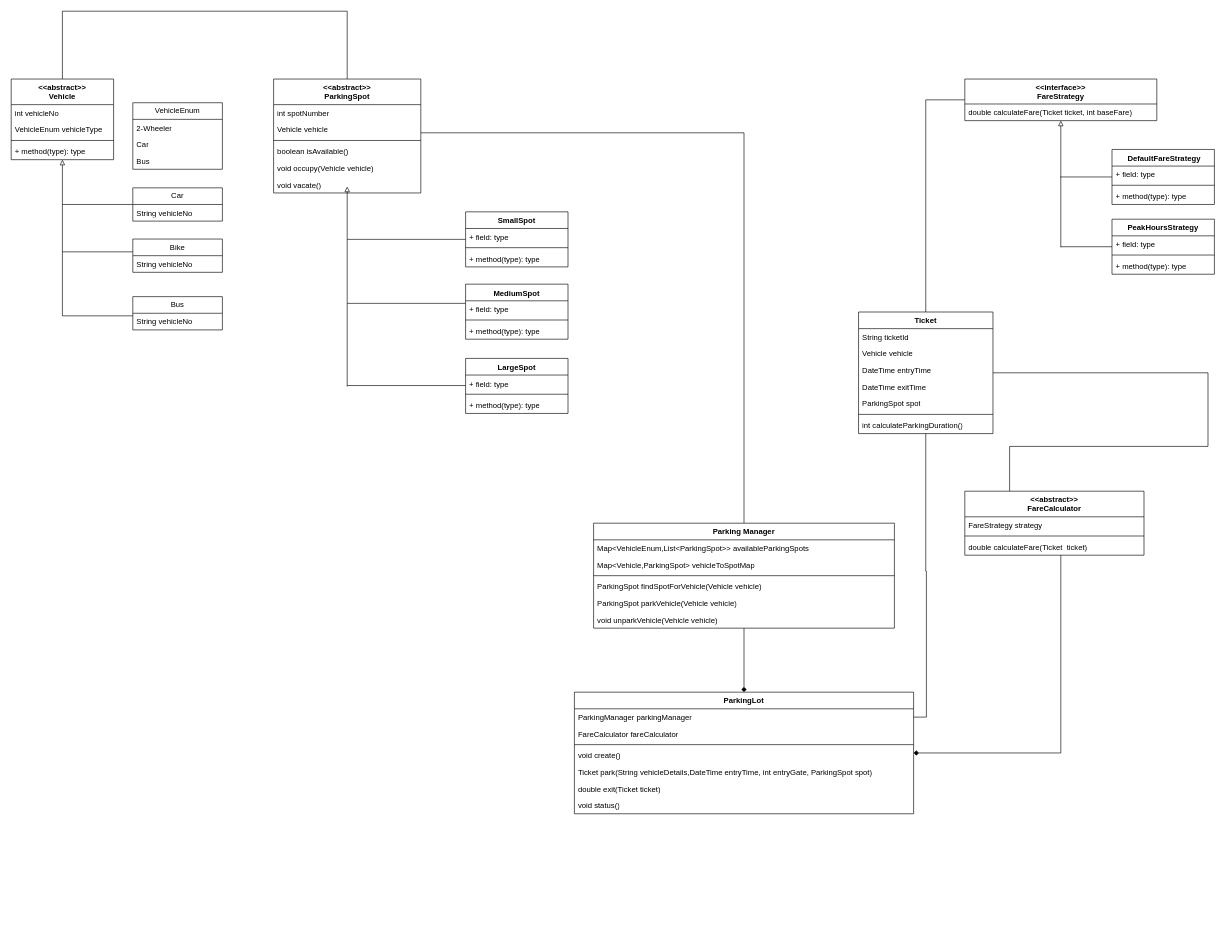
This is MultiLevelParkingLot.drawio from akshat-code21/multilevel_parking_lot, a draw.io file, before an edit. Source tidied: cells renumbered, new cells numbered last; positions are measured from the earlier drawing's top-left corner, leaving out a move shared by most shapes. Both pictures are drawn from the tidied source at 64%, with x=0, y=0 at pixel (11, 11).
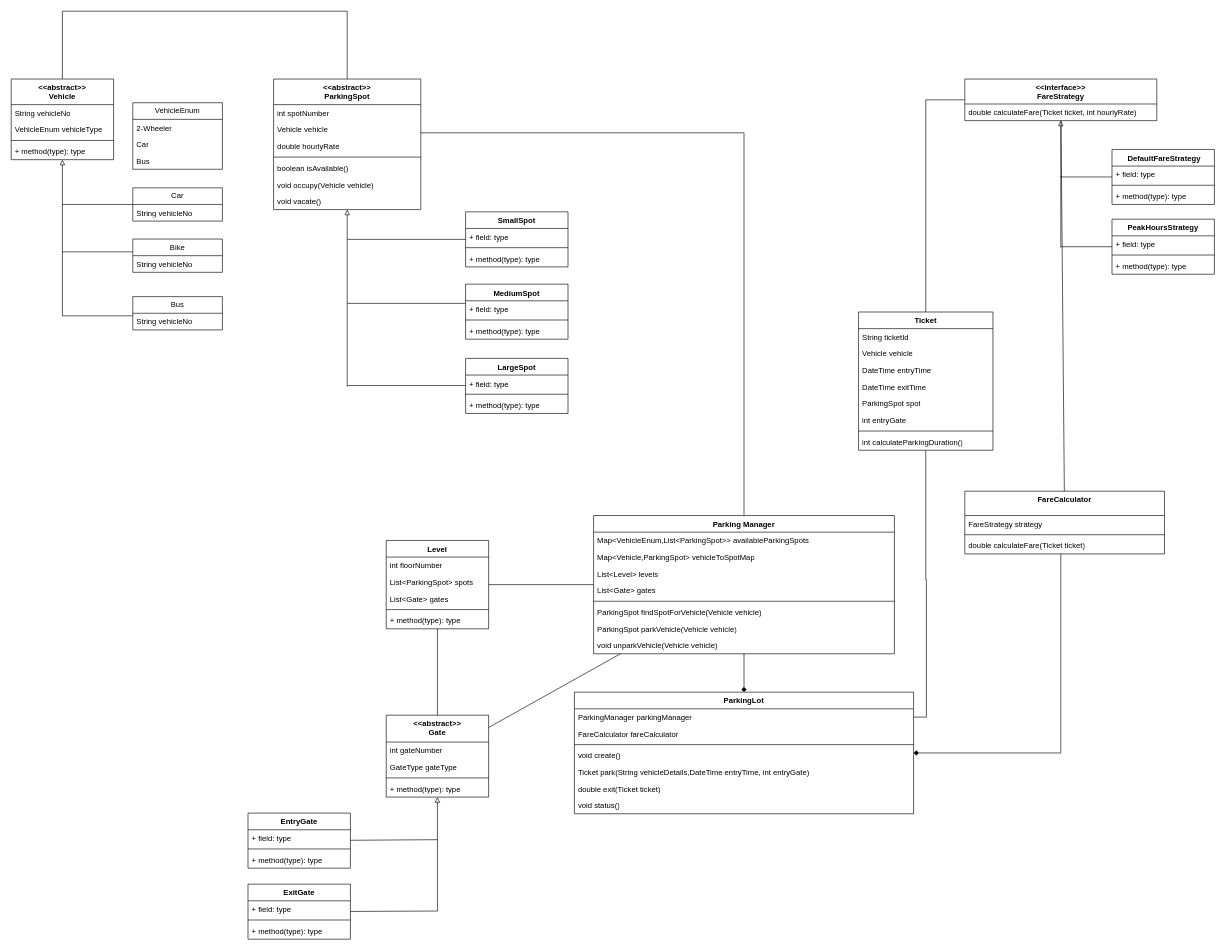
Above is the later version.

The change refers to these unchanged cells:
```xml
<mxCell id="3" value="&amp;lt;&amp;lt;abstract&amp;gt;&amp;gt;&lt;div&gt;Vehicle&lt;/div&gt;" style="swimlane;fontStyle=1;align=center;verticalAlign=top;horizontal=1;startSize=40;whiteSpace=wrap;html=1;labelBackgroundColor=none;rounded=0;" parent="1" vertex="1">
  <mxGeometry y="106" width="160" height="126" as="geometry" />
</mxCell>
<mxCell id="64" value="ParkingLot" style="swimlane;fontStyle=1;align=center;verticalAlign=top;horizontal=1;startSize=26;whiteSpace=wrap;html=1;labelBackgroundColor=none;rounded=0;" parent="1" vertex="1">
  <mxGeometry x="880" y="1064" width="530" height="190" as="geometry" />
</mxCell>
<mxCell id="77" value="&amp;lt;&amp;lt;interface&amp;gt;&amp;gt;&lt;div&gt;FareStrategy&lt;/div&gt;" style="swimlane;fontStyle=1;align=center;verticalAlign=top;horizontal=1;startSize=39;whiteSpace=wrap;html=1;labelBackgroundColor=none;rounded=0;" parent="1" vertex="1">
  <mxGeometry x="1490" y="106" width="300" height="65" as="geometry" />
</mxCell>
```

Diff of the diagram source:
```diff
@@
-    <mxCell id="4" value="int vehicleNo" style="text;strokeColor=none;fillColor=none;align=left;verticalAlign=top;spacingLeft=4;spacingRight=4;overflow=hidden;whiteSpace=wrap;html=1;labelBackgroundColor=none;rounded=0;" parent="3" vertex="1">
+    <mxCell id="4" value="String vehicleNo" style="text;strokeColor=none;fillColor=none;align=left;verticalAlign=top;spacingLeft=4;spacingRight=4;overflow=hidden;whiteSpace=wrap;html=1;labelBackgroundColor=none;rounded=0;" parent="3" vertex="1">
       <mxGeometry y="40" width="160" height="26" as="geometry" />
     </mxCell>
@@
-    <mxCell id="22" style="edgeStyle=orthogonalEdgeStyle;rounded=0;jettySize=auto;html=1;endArrow=none;endFill=0;labelBackgroundColor=none;fontColor=default;" parent="1" edge="1" source="24" target="73">
-      <mxGeometry relative="1" as="geometry">
-        <Array as="points">
-          <mxPoint x="1870" y="680" />
-          <mxPoint x="1560" y="680" />
-        </Array>
-      </mxGeometry>
-    </mxCell>
@@
     <mxCell id="24" value="Ticket" style="swimlane;fontStyle=1;align=center;verticalAlign=top;horizontal=1;startSize=26;whiteSpace=wrap;html=1;labelBackgroundColor=none;rounded=0;" parent="1" vertex="1">
-      <mxGeometry x="1324" y="470" width="210" height="190" as="geometry" />
+      <mxGeometry x="1324" y="470" width="210" height="216" as="geometry" />
     </mxCell>
@@
+    <mxCell id="91" value="int entryGate" style="text;strokeColor=none;fillColor=none;align=left;verticalAlign=top;spacingLeft=4;spacingRight=4;overflow=hidden;whiteSpace=wrap;html=1;" parent="24" vertex="1">
+      <mxGeometry y="156" width="210" height="26" as="geometry" />
+    </mxCell>
     <mxCell id="30" style="line;strokeWidth=1;fillColor=none;align=left;verticalAlign=middle;spacingTop=-1;spacingLeft=3;spacingRight=3;labelPosition=right;labelBackgroundColor=none;rounded=0;" parent="24" vertex="1">
-      <mxGeometry y="156" width="210" height="8" as="geometry" />
+      <mxGeometry y="182" width="210" height="8" as="geometry" />
     </mxCell>
     <mxCell id="31" value="int calculateParkingDuration()" style="text;strokeColor=none;fillColor=none;align=left;verticalAlign=top;spacingLeft=4;spacingRight=4;overflow=hidden;whiteSpace=wrap;html=1;labelBackgroundColor=none;rounded=0;" parent="24" vertex="1">
-      <mxGeometry y="164" width="210" height="26" as="geometry" />
+      <mxGeometry y="190" width="210" height="26" as="geometry" />
     </mxCell>
@@
     <mxCell id="34" value="Parking Manager" style="swimlane;fontStyle=1;align=center;verticalAlign=top;horizontal=1;startSize=26;whiteSpace=wrap;html=1;labelBackgroundColor=none;rounded=0;" parent="1" vertex="1">
-      <mxGeometry x="910" y="800" width="470" height="164" as="geometry" />
+      <mxGeometry x="910" y="788" width="470" height="216" as="geometry" />
     </mxCell>
@@
+    <mxCell id="92" value="List&amp;lt;Level&amp;gt; levels" style="text;strokeColor=none;fillColor=none;align=left;verticalAlign=top;spacingLeft=4;spacingRight=4;overflow=hidden;whiteSpace=wrap;html=1;" parent="34" vertex="1">
+      <mxGeometry y="78" width="470" height="26" as="geometry" />
+    </mxCell>
+    <mxCell id="93" value="List&amp;lt;Gate&amp;gt; gates" style="text;strokeColor=none;fillColor=none;align=left;verticalAlign=top;spacingLeft=4;spacingRight=4;overflow=hidden;whiteSpace=wrap;html=1;" parent="34" vertex="1">
+      <mxGeometry y="104" width="470" height="26" as="geometry" />
+    </mxCell>
     <mxCell id="37" style="line;strokeWidth=1;fillColor=none;align=left;verticalAlign=middle;spacingTop=-1;spacingLeft=3;spacingRight=3;labelPosition=right;labelBackgroundColor=none;rounded=0;" parent="34" vertex="1">
-      <mxGeometry y="78" width="470" height="8" as="geometry" />
+      <mxGeometry y="130" width="470" height="8" as="geometry" />
     </mxCell>
     <mxCell id="38" value="ParkingSpot findSpotForVehicle(Vehicle vehicle)" style="text;strokeColor=none;fillColor=none;align=left;verticalAlign=top;spacingLeft=4;spacingRight=4;overflow=hidden;whiteSpace=wrap;html=1;labelBackgroundColor=none;rounded=0;" parent="34" vertex="1">
-      <mxGeometry y="86" width="470" height="26" as="geometry" />
+      <mxGeometry y="138" width="470" height="26" as="geometry" />
     </mxCell>
     <mxCell id="39" value="ParkingSpot parkVehicle(Vehicle vehicle)" style="text;strokeColor=none;fillColor=none;align=left;verticalAlign=top;spacingLeft=4;spacingRight=4;overflow=hidden;whiteSpace=wrap;html=1;labelBackgroundColor=none;rounded=0;" parent="34" vertex="1">
-      <mxGeometry y="112" width="470" height="26" as="geometry" />
+      <mxGeometry y="164" width="470" height="26" as="geometry" />
     </mxCell>
     <mxCell id="40" value="void unparkVehicle(Vehicle vehicle)" style="text;strokeColor=none;fillColor=none;align=left;verticalAlign=top;spacingLeft=4;spacingRight=4;overflow=hidden;whiteSpace=wrap;html=1;labelBackgroundColor=none;rounded=0;" parent="34" vertex="1">
-      <mxGeometry y="138" width="470" height="26" as="geometry" />
+      <mxGeometry y="190" width="470" height="26" as="geometry" />
     </mxCell>
     <mxCell id="41" value="&lt;div&gt;&amp;lt;&amp;lt;abstract&amp;gt;&amp;gt;&lt;/div&gt;ParkingSpot" style="swimlane;fontStyle=1;align=center;verticalAlign=top;horizontal=1;startSize=40;whiteSpace=wrap;html=1;labelBackgroundColor=none;rounded=0;" parent="1" vertex="1">
-      <mxGeometry x="410" y="106" width="230" height="178" as="geometry" />
+      <mxGeometry x="410" y="106" width="230" height="204" as="geometry" />
     </mxCell>
@@
+    <mxCell id="94" value="double hourlyRate" style="text;strokeColor=none;fillColor=none;align=left;verticalAlign=top;spacingLeft=4;spacingRight=4;overflow=hidden;whiteSpace=wrap;html=1;" parent="41" vertex="1">
+      <mxGeometry y="92" width="230" height="26" as="geometry" />
+    </mxCell>
     <mxCell id="44" style="line;strokeWidth=1;fillColor=none;align=left;verticalAlign=middle;spacingTop=-1;spacingLeft=3;spacingRight=3;labelPosition=right;labelBackgroundColor=none;rounded=0;" parent="41" vertex="1">
-      <mxGeometry y="92" width="230" height="8" as="geometry" />
+      <mxGeometry y="118" width="230" height="8" as="geometry" />
     </mxCell>
     <mxCell id="45" value="boolean isAvailable()" style="text;strokeColor=none;fillColor=none;align=left;verticalAlign=top;spacingLeft=4;spacingRight=4;overflow=hidden;whiteSpace=wrap;html=1;labelBackgroundColor=none;rounded=0;" parent="41" vertex="1">
-      <mxGeometry y="100" width="230" height="26" as="geometry" />
+      <mxGeometry y="126" width="230" height="26" as="geometry" />
     </mxCell>
     <mxCell id="46" value="void occupy(Vehicle vehicle)" style="text;strokeColor=none;fillColor=none;align=left;verticalAlign=top;spacingLeft=4;spacingRight=4;overflow=hidden;whiteSpace=wrap;html=1;labelBackgroundColor=none;rounded=0;" parent="41" vertex="1">
-      <mxGeometry y="126" width="230" height="26" as="geometry" />
+      <mxGeometry y="152" width="230" height="26" as="geometry" />
     </mxCell>
     <mxCell id="47" value="void vacate()" style="text;strokeColor=none;fillColor=none;align=left;verticalAlign=top;spacingLeft=4;spacingRight=4;overflow=hidden;whiteSpace=wrap;html=1;labelBackgroundColor=none;rounded=0;" parent="41" vertex="1">
-      <mxGeometry y="152" width="230" height="26" as="geometry" />
+      <mxGeometry y="178" width="230" height="26" as="geometry" />
     </mxCell>
@@
-    <mxCell id="60" style="edgeStyle=none;orthogonalLoop=1;jettySize=auto;html=1;rounded=0;endArrow=block;endFill=0;labelBackgroundColor=none;fontColor=default;" parent="1" edge="1">
+    <mxCell id="60" style="edgeStyle=none;jettySize=auto;html=1;rounded=0;endArrow=block;endFill=0;labelBackgroundColor=none;fontColor=default;" parent="1" edge="1" target="41">
       <mxGeometry relative="1" as="geometry">
         <mxPoint x="525" y="586.5" as="sourcePoint" />
-        <mxPoint x="525" y="274" as="targetPoint" />
       </mxGeometry>
     </mxCell>
@@
-    <mxCell id="69" value="Ticket park(String vehicleDetails,DateTime entryTime, int entryGate, ParkingSpot spot)" style="text;strokeColor=none;fillColor=none;align=left;verticalAlign=top;spacingLeft=4;spacingRight=4;overflow=hidden;whiteSpace=wrap;html=1;labelBackgroundColor=none;rounded=0;" parent="64" vertex="1">
+    <mxCell id="69" value="Ticket park(String vehicleDetails,DateTime entryTime, int entryGate)" style="text;strokeColor=none;fillColor=none;align=left;verticalAlign=top;spacingLeft=4;spacingRight=4;overflow=hidden;whiteSpace=wrap;html=1;labelBackgroundColor=none;rounded=0;" parent="64" vertex="1">
       <mxGeometry y="112" width="530" height="26" as="geometry" />
     </mxCell>
@@
-    <mxCell id="73" value="&lt;div&gt;&amp;lt;&amp;lt;abstract&amp;gt;&amp;gt;&lt;/div&gt;FareCalculator" style="swimlane;fontStyle=1;align=center;verticalAlign=top;horizontal=1;startSize=40;whiteSpace=wrap;html=1;labelBackgroundColor=none;rounded=0;" parent="1" vertex="1">
-      <mxGeometry x="1490" y="750" width="280" height="100" as="geometry" />
+    <mxCell id="73" value="&lt;div&gt;&lt;span style=&quot;background-color: transparent; color: light-dark(rgb(0, 0, 0), rgb(255, 255, 255));&quot;&gt;FareCalculator&lt;/span&gt;&lt;/div&gt;" style="swimlane;fontStyle=1;align=center;verticalAlign=top;horizontal=1;startSize=38;whiteSpace=wrap;html=1;labelBackgroundColor=none;rounded=0;" parent="1" vertex="1">
+      <mxGeometry x="1490" y="750" width="312" height="98" as="geometry" />
     </mxCell>
     <mxCell id="74" value="FareStrategy strategy" style="text;strokeColor=none;fillColor=none;align=left;verticalAlign=top;spacingLeft=4;spacingRight=4;overflow=hidden;whiteSpace=wrap;html=1;labelBackgroundColor=none;rounded=0;" parent="73" vertex="1">
-      <mxGeometry y="40" width="280" height="26" as="geometry" />
+      <mxGeometry y="38" width="312" height="26" as="geometry" />
     </mxCell>
     <mxCell id="75" style="line;strokeWidth=1;fillColor=none;align=left;verticalAlign=middle;spacingTop=-1;spacingLeft=3;spacingRight=3;labelPosition=right;labelBackgroundColor=none;rounded=0;" parent="73" vertex="1">
-      <mxGeometry y="66" width="280" height="8" as="geometry" />
+      <mxGeometry y="64" width="312" height="8" as="geometry" />
     </mxCell>
-    <mxCell id="76" value="double calculateFare(Ticket&amp;nbsp; ticket)" style="text;strokeColor=none;fillColor=none;align=left;verticalAlign=top;spacingLeft=4;spacingRight=4;overflow=hidden;whiteSpace=wrap;html=1;labelBackgroundColor=none;rounded=0;" parent="73" vertex="1">
-      <mxGeometry y="74" width="280" height="26" as="geometry" />
+    <mxCell id="76" value="double calculateFare(Ticket ticket)" style="text;strokeColor=none;fillColor=none;align=left;verticalAlign=top;spacingLeft=4;spacingRight=4;overflow=hidden;whiteSpace=wrap;html=1;labelBackgroundColor=none;rounded=0;" parent="73" vertex="1">
+      <mxGeometry y="72" width="312" height="26" as="geometry" />
     </mxCell>
@@
-    <mxCell id="78" value="double calculateFare(Ticket ticket, int baseFare)" style="text;strokeColor=none;fillColor=none;align=left;verticalAlign=top;spacingLeft=4;spacingRight=4;overflow=hidden;whiteSpace=wrap;html=1;labelBackgroundColor=none;rounded=0;" parent="77" vertex="1">
+    <mxCell id="78" value="double calculateFare(Ticket ticket, int hourlyRate)" style="text;strokeColor=none;fillColor=none;align=left;verticalAlign=top;spacingLeft=4;spacingRight=4;overflow=hidden;whiteSpace=wrap;html=1;labelBackgroundColor=none;rounded=0;" parent="77" vertex="1">
       <mxGeometry y="39" width="300" height="26" as="geometry" />
     </mxCell>
@@
+    <mxCell id="95" value="Level" style="swimlane;fontStyle=1;align=center;verticalAlign=top;horizontal=1;startSize=26;whiteSpace=wrap;html=1;" parent="1" vertex="1">
+      <mxGeometry x="586" y="827" width="160" height="138" as="geometry" />
+    </mxCell>
+    <mxCell id="96" value="int floorNumber" style="text;strokeColor=none;fillColor=none;align=left;verticalAlign=top;spacingLeft=4;spacingRight=4;overflow=hidden;whiteSpace=wrap;html=1;" parent="95" vertex="1">
+      <mxGeometry y="26" width="160" height="26" as="geometry" />
+    </mxCell>
+    <mxCell id="97" value="List&amp;lt;ParkingSpot&amp;gt; spots" style="text;strokeColor=none;fillColor=none;align=left;verticalAlign=top;spacingLeft=4;spacingRight=4;overflow=hidden;whiteSpace=wrap;html=1;" parent="95" vertex="1">
+      <mxGeometry y="52" width="160" height="26" as="geometry" />
+    </mxCell>
+    <mxCell id="98" value="List&amp;lt;Gate&amp;gt; gates" style="text;strokeColor=none;fillColor=none;align=left;verticalAlign=top;spacingLeft=4;spacingRight=4;overflow=hidden;whiteSpace=wrap;html=1;" parent="95" vertex="1">
+      <mxGeometry y="78" width="160" height="26" as="geometry" />
+    </mxCell>
+    <mxCell id="99" style="line;strokeWidth=1;fillColor=none;align=left;verticalAlign=middle;spacingTop=-1;spacingLeft=3;spacingRight=3;labelPosition=right;strokeColor=inherit;" parent="95" vertex="1">
+      <mxGeometry y="104" width="160" height="8" as="geometry" />
+    </mxCell>
+    <mxCell id="100" value="+ method(type): type" style="text;strokeColor=none;fillColor=none;align=left;verticalAlign=top;spacingLeft=4;spacingRight=4;overflow=hidden;whiteSpace=wrap;html=1;" parent="95" vertex="1">
+      <mxGeometry y="112" width="160" height="26" as="geometry" />
+    </mxCell>
+    <mxCell id="101" value="&amp;lt;&amp;lt;abstract&amp;gt;&amp;gt;&lt;div&gt;Gate&lt;/div&gt;" style="swimlane;fontStyle=1;align=center;verticalAlign=top;horizontal=1;startSize=42;whiteSpace=wrap;html=1;" parent="1" vertex="1">
+      <mxGeometry x="586" y="1100" width="160" height="128" as="geometry" />
+    </mxCell>
+    <mxCell id="102" value="int gateNumber" style="text;strokeColor=none;fillColor=none;align=left;verticalAlign=top;spacingLeft=4;spacingRight=4;overflow=hidden;whiteSpace=wrap;html=1;" parent="101" vertex="1">
+      <mxGeometry y="42" width="160" height="26" as="geometry" />
+    </mxCell>
+    <mxCell id="103" value="GateType gateType" style="text;strokeColor=none;fillColor=none;align=left;verticalAlign=top;spacingLeft=4;spacingRight=4;overflow=hidden;whiteSpace=wrap;html=1;" parent="101" vertex="1">
+      <mxGeometry y="68" width="160" height="26" as="geometry" />
+    </mxCell>
+    <mxCell id="104" style="line;strokeWidth=1;fillColor=none;align=left;verticalAlign=middle;spacingTop=-1;spacingLeft=3;spacingRight=3;labelPosition=right;strokeColor=inherit;" parent="101" vertex="1">
+      <mxGeometry y="94" width="160" height="8" as="geometry" />
+    </mxCell>
+    <mxCell id="105" value="+ method(type): type" style="text;strokeColor=none;fillColor=none;align=left;verticalAlign=top;spacingLeft=4;spacingRight=4;overflow=hidden;whiteSpace=wrap;html=1;" parent="101" vertex="1">
+      <mxGeometry y="102" width="160" height="26" as="geometry" />
+    </mxCell>
+    <mxCell id="106" value="EntryGate" style="swimlane;fontStyle=1;align=center;verticalAlign=top;horizontal=1;startSize=26;whiteSpace=wrap;html=1;" parent="1" vertex="1">
+      <mxGeometry x="370" y="1253" width="160" height="86" as="geometry" />
+    </mxCell>
+    <mxCell id="107" value="+ field: type" style="text;strokeColor=none;fillColor=none;align=left;verticalAlign=top;spacingLeft=4;spacingRight=4;overflow=hidden;whiteSpace=wrap;html=1;" parent="106" vertex="1">
+      <mxGeometry y="26" width="160" height="26" as="geometry" />
+    </mxCell>
+    <mxCell id="108" style="line;strokeWidth=1;fillColor=none;align=left;verticalAlign=middle;spacingTop=-1;spacingLeft=3;spacingRight=3;labelPosition=right;strokeColor=inherit;" parent="106" vertex="1">
+      <mxGeometry y="52" width="160" height="8" as="geometry" />
+    </mxCell>
+    <mxCell id="109" value="+ method(type): type" style="text;strokeColor=none;fillColor=none;align=left;verticalAlign=top;spacingLeft=4;spacingRight=4;overflow=hidden;whiteSpace=wrap;html=1;" parent="106" vertex="1">
+      <mxGeometry y="60" width="160" height="26" as="geometry" />
+    </mxCell>
+    <mxCell id="110" value="ExitGate" style="swimlane;fontStyle=1;align=center;verticalAlign=top;horizontal=1;startSize=26;whiteSpace=wrap;html=1;" parent="1" vertex="1">
+      <mxGeometry x="370" y="1364" width="160" height="86" as="geometry" />
+    </mxCell>
+    <mxCell id="111" value="+ field: type" style="text;strokeColor=none;fillColor=none;align=left;verticalAlign=top;spacingLeft=4;spacingRight=4;overflow=hidden;whiteSpace=wrap;html=1;" parent="110" vertex="1">
+      <mxGeometry y="26" width="160" height="26" as="geometry" />
+    </mxCell>
+    <mxCell id="112" style="line;strokeWidth=1;fillColor=none;align=left;verticalAlign=middle;spacingTop=-1;spacingLeft=3;spacingRight=3;labelPosition=right;strokeColor=inherit;" parent="110" vertex="1">
+      <mxGeometry y="52" width="160" height="8" as="geometry" />
+    </mxCell>
+    <mxCell id="113" value="+ method(type): type" style="text;strokeColor=none;fillColor=none;align=left;verticalAlign=top;spacingLeft=4;spacingRight=4;overflow=hidden;whiteSpace=wrap;html=1;" parent="110" vertex="1">
+      <mxGeometry y="60" width="160" height="26" as="geometry" />
+    </mxCell>
+    <mxCell id="114" style="edgeStyle=none;jettySize=auto;html=1;rounded=0;endArrow=block;endFill=0;" parent="1" edge="1" target="101">
+      <mxGeometry relative="1" as="geometry">
+        <mxPoint x="666" y="1406" as="sourcePoint" />
+      </mxGeometry>
+    </mxCell>
+    <mxCell id="115" style="edgeStyle=none;jettySize=auto;html=1;rounded=0;endArrow=none;endFill=0;" parent="1" edge="1" target="106">
+      <mxGeometry relative="1" as="geometry">
+        <mxPoint x="666" y="1294.5" as="sourcePoint" />
+      </mxGeometry>
+    </mxCell>
+    <mxCell id="116" style="edgeStyle=none;jettySize=auto;html=1;rounded=0;endArrow=none;endFill=0;" parent="1" edge="1" target="110">
+      <mxGeometry relative="1" as="geometry">
+        <mxPoint x="666" y="1406" as="sourcePoint" />
+      </mxGeometry>
+    </mxCell>
+    <mxCell id="117" style="edgeStyle=none;jettySize=auto;html=1;rounded=0;endArrow=none;endFill=0;" parent="1" edge="1" source="95" target="34">
+      <mxGeometry relative="1" as="geometry" />
+    </mxCell>
+    <mxCell id="118" style="edgeStyle=none;jettySize=auto;html=1;rounded=0;endArrow=none;endFill=0;" parent="1" edge="1" source="101" target="34">
+      <mxGeometry relative="1" as="geometry" />
+    </mxCell>
+    <mxCell id="119" style="edgeStyle=none;jettySize=auto;html=1;rounded=0;endArrow=none;endFill=0;" parent="1" edge="1" source="101" target="95">
+      <mxGeometry relative="1" as="geometry" />
+    </mxCell>
+    <mxCell id="120" style="edgeStyle=none;jettySize=auto;html=1;rounded=0;endArrow=none;endFill=0;" parent="1" edge="1" source="77" target="73">
+      <mxGeometry relative="1" as="geometry" />
+    </mxCell>
```
